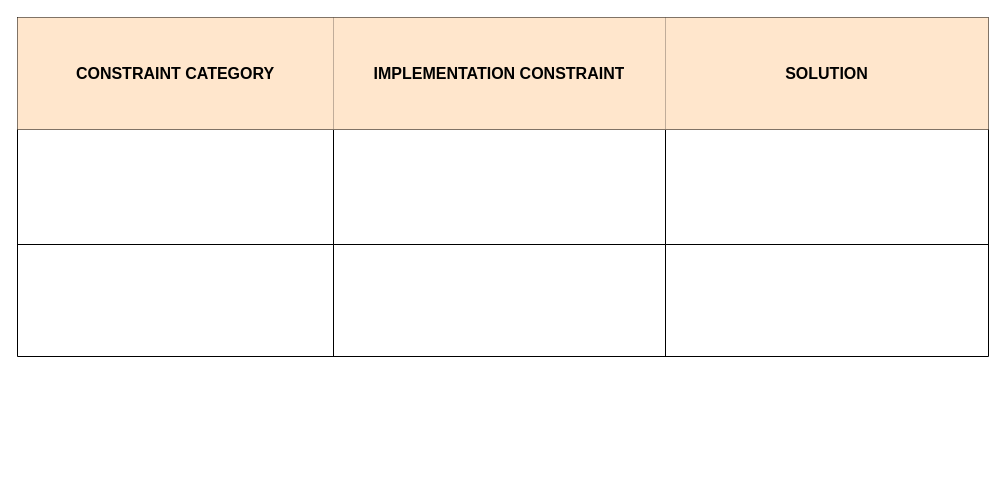
Above: documentation/Implementation Constraints Plan.drawio in KryptoFlamingo/Inventory_Management_App (draw.io), before the change. Source tidied: cells renumbered, new cells numbered last; positions are measured from the earlier drawing's top-left corner, leaving out a move shared by most shapes. Both pictures are drawn from the tidied source at 100%, with x=0, y=0 at pixel (17, 17).
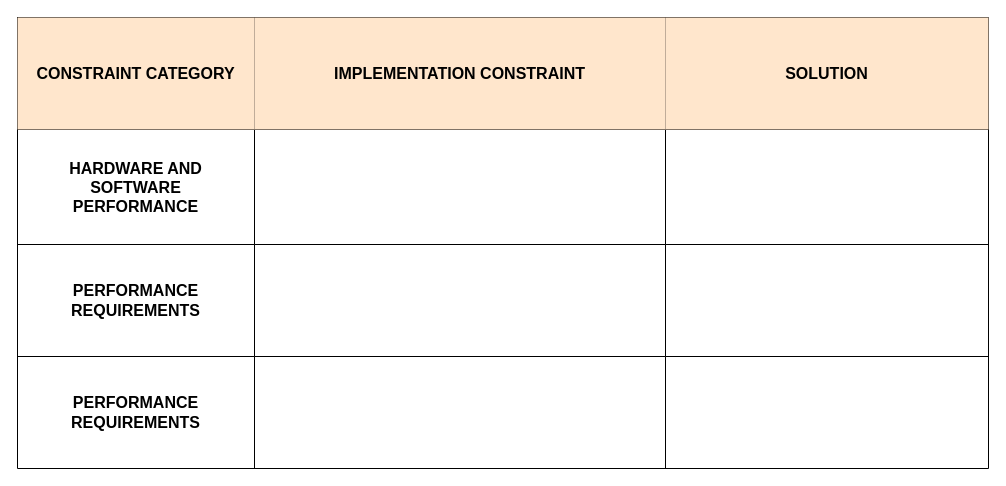
The same diagram, later.

Diff of the diagram source:
```diff
@@
 <mxGraphModel>
   <root>
     <mxCell id="0" />
     <mxCell id="1" parent="0" />
     <mxCell id="2" style="shape=table;html=1;whiteSpace=wrap;startSize=0;childLayout=tableLayout;" parent="1" vertex="1">
-      <mxGeometry width="971" height="339" as="geometry" />
+      <mxGeometry width="971" height="451" as="geometry" />
     </mxCell>
     <mxCell id="3" style="shape=partialRectangle;html=1;whiteSpace=wrap;fillColor=none;top=0;left=0;bottom=0;right=0;" parent="2" vertex="1">
       <mxGeometry width="971" height="112" as="geometry" />
     </mxCell>
     <mxCell id="4" value="&lt;b&gt;&lt;font style=&quot;font-size: 16px&quot;&gt;CONSTRAINT CATEGORY&lt;/font&gt;&lt;/b&gt;" style="shape=partialRectangle;html=1;whiteSpace=wrap;fillColor=#ffe6cc;top=0;left=0;bottom=0;right=0;overflow=hidden;strokeColor=#d79b00;" parent="3" vertex="1">
-      <mxGeometry width="316" height="112" as="geometry" />
+      <mxGeometry width="237" height="112" as="geometry" />
     </mxCell>
     <mxCell id="5" value="&lt;b&gt;&lt;font style=&quot;font-size: 16px&quot;&gt;IMPLEMENTATION CONSTRAINT&lt;/font&gt;&lt;/b&gt;" style="shape=partialRectangle;html=1;whiteSpace=wrap;fillColor=#ffe6cc;top=0;left=0;bottom=0;right=0;overflow=hidden;strokeColor=#d79b00;" parent="3" vertex="1">
-      <mxGeometry x="316" width="332" height="112" as="geometry" />
+      <mxGeometry x="237" width="411" height="112" as="geometry" />
     </mxCell>
     <mxCell id="6" value="&lt;b&gt;&lt;font style=&quot;font-size: 16px&quot;&gt;SOLUTION&lt;/font&gt;&lt;/b&gt;" style="shape=partialRectangle;html=1;whiteSpace=wrap;fillColor=#ffe6cc;top=0;left=0;bottom=0;right=0;overflow=hidden;strokeColor=#d79b00;" parent="3" vertex="1">
       <mxGeometry x="648" width="323" height="112" as="geometry" />
     </mxCell>
     <mxCell id="7" style="shape=partialRectangle;html=1;whiteSpace=wrap;fillColor=none;top=0;left=0;bottom=0;right=0;" parent="2" vertex="1">
       <mxGeometry y="112" width="971" height="115" as="geometry" />
     </mxCell>
-    <mxCell id="8" style="shape=partialRectangle;html=1;whiteSpace=wrap;fillColor=none;top=0;left=0;bottom=0;right=0;overflow=hidden;" parent="7" vertex="1">
-      <mxGeometry width="316" height="115" as="geometry" />
+    <mxCell id="8" value="&lt;font style=&quot;font-size: 16px&quot;&gt;&lt;b&gt;HARDWARE AND &lt;br&gt;SOFTWARE &lt;br&gt;PERFORMANCE&lt;/b&gt;&lt;/font&gt;" style="shape=partialRectangle;html=1;whiteSpace=wrap;fillColor=none;top=0;left=0;bottom=0;right=0;overflow=hidden;align=center;" parent="7" vertex="1">
+      <mxGeometry width="237" height="115" as="geometry" />
     </mxCell>
     <mxCell id="9" style="shape=partialRectangle;html=1;whiteSpace=wrap;fillColor=none;top=0;left=0;bottom=0;right=0;overflow=hidden;" parent="7" vertex="1">
-      <mxGeometry x="316" width="332" height="115" as="geometry" />
+      <mxGeometry x="237" width="411" height="115" as="geometry" />
     </mxCell>
     <mxCell id="10" style="shape=partialRectangle;html=1;whiteSpace=wrap;fillColor=none;top=0;left=0;bottom=0;right=0;overflow=hidden;" parent="7" vertex="1">
       <mxGeometry x="648" width="323" height="115" as="geometry" />
     </mxCell>
     <mxCell id="11" style="shape=partialRectangle;html=1;whiteSpace=wrap;fillColor=none;top=0;left=0;bottom=0;right=0;" parent="2" vertex="1">
       <mxGeometry y="227" width="971" height="112" as="geometry" />
     </mxCell>
-    <mxCell id="12" style="shape=partialRectangle;html=1;whiteSpace=wrap;fillColor=none;top=0;left=0;bottom=0;right=0;overflow=hidden;" parent="11" vertex="1">
-      <mxGeometry width="316" height="112" as="geometry" />
+    <mxCell id="12" value="&lt;span style=&quot;font-size: 16px&quot;&gt;&lt;b&gt;PERFORMANCE REQUIREMENTS&lt;/b&gt;&lt;/span&gt;" style="shape=partialRectangle;html=1;whiteSpace=wrap;fillColor=none;top=0;left=0;bottom=0;right=0;overflow=hidden;" parent="11" vertex="1">
+      <mxGeometry width="237" height="112" as="geometry" />
     </mxCell>
     <mxCell id="13" style="shape=partialRectangle;html=1;whiteSpace=wrap;fillColor=none;top=0;left=0;bottom=0;right=0;overflow=hidden;" parent="11" vertex="1">
-      <mxGeometry x="316" width="332" height="112" as="geometry" />
+      <mxGeometry x="237" width="411" height="112" as="geometry" />
     </mxCell>
     <mxCell id="14" style="shape=partialRectangle;html=1;whiteSpace=wrap;fillColor=none;top=0;left=0;bottom=0;right=0;overflow=hidden;" parent="11" vertex="1">
       <mxGeometry x="648" width="323" height="112" as="geometry" />
     </mxCell>
+    <mxCell id="15" style="shape=partialRectangle;html=1;whiteSpace=wrap;fillColor=none;top=0;left=0;bottom=0;right=0;" parent="2" vertex="1">
+      <mxGeometry y="339" width="971" height="112" as="geometry" />
+    </mxCell>
+    <mxCell id="16" value="&lt;span style=&quot;font-size: 16px&quot;&gt;&lt;b&gt;PERFORMANCE REQUIREMENTS&lt;/b&gt;&lt;/span&gt;" style="shape=partialRectangle;html=1;whiteSpace=wrap;fillColor=none;top=0;left=0;bottom=0;right=0;overflow=hidden;" parent="15" vertex="1">
+      <mxGeometry width="237" height="112" as="geometry" />
+    </mxCell>
+    <mxCell id="17" style="shape=partialRectangle;html=1;whiteSpace=wrap;fillColor=none;top=0;left=0;bottom=0;right=0;overflow=hidden;" parent="15" vertex="1">
+      <mxGeometry x="237" width="411" height="112" as="geometry" />
+    </mxCell>
+    <mxCell id="18" style="shape=partialRectangle;html=1;whiteSpace=wrap;fillColor=none;top=0;left=0;bottom=0;right=0;overflow=hidden;" parent="15" vertex="1">
+      <mxGeometry x="648" width="323" height="112" as="geometry" />
+    </mxCell>
   </root>
 </mxGraphModel>
```
